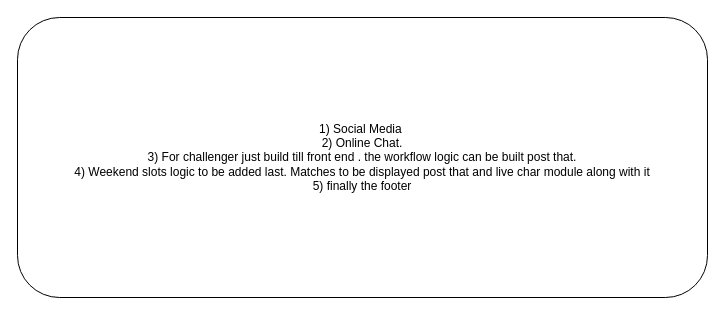
Before: page "What is pending" (6 of 7) of Untitled Diagram.drawio in snair0410/cv, a draw.io diagram. Source tidied: cells renumbered, new cells numbered last; positions are measured from the earlier drawing's top-left corner, leaving out a move shared by most shapes. Both pictures are drawn from the tidied source at 100%, with x=0, y=0 at pixel (17, 17).
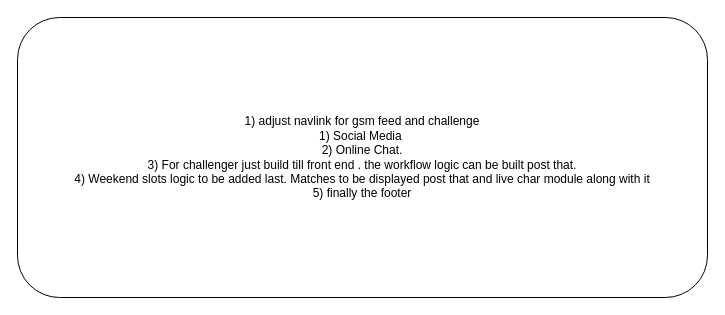
After the change.

What changed in the source:
```diff
@@
 <mxGraphModel>
   <root>
     <mxCell id="0" />
     <mxCell id="1" parent="0" />
-    <mxCell id="2" value="1) Social Media&amp;nbsp;&lt;br&gt;2) Online Chat.&lt;br&gt;3) For challenger just build till front end . the workflow logic can be built post that.&lt;br&gt;4) Weekend slots logic to be added last. Matches to be displayed post that and live char module along with it&lt;br&gt;5) finally the footer" style="rounded=1;whiteSpace=wrap;html=1;" parent="1" vertex="1">
+    <mxCell id="2" value="1) adjust navlink for gsm feed and challenge&lt;br&gt;1) Social Media&amp;nbsp;&lt;br&gt;2) Online Chat.&lt;br&gt;3) For challenger just build till front end . the workflow logic can be built post that.&lt;br&gt;4) Weekend slots logic to be added last. Matches to be displayed post that and live char module along with it&lt;br&gt;5) finally the footer" style="rounded=1;whiteSpace=wrap;html=1;" parent="1" vertex="1">
       <mxGeometry width="690" height="280" as="geometry" />
     </mxCell>
   </root>
 </mxGraphModel>
```
